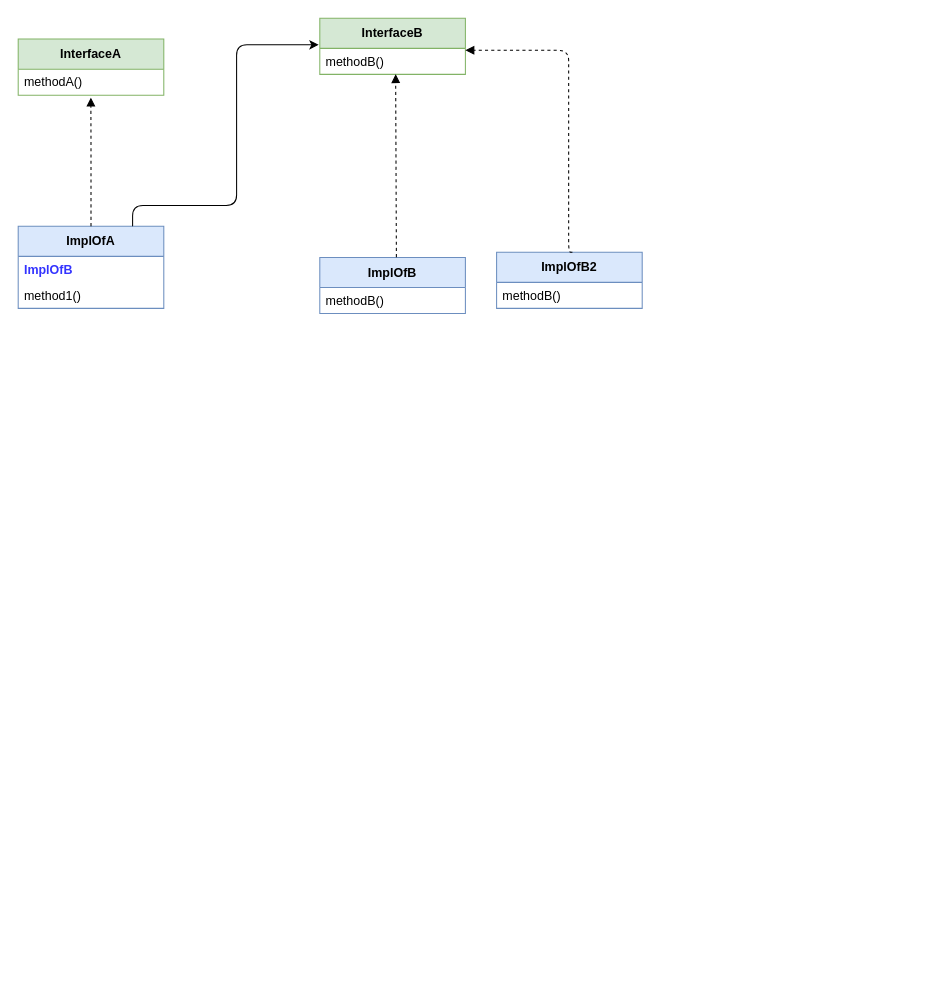
This is loose_coupling/diag.drawio from AbderrahimeEl/design-patterns, a draw.io file, before an edit. Source tidied: cells renumbered, new cells numbered last; positions are measured from the earlier drawing's top-left corner, leaving out a move shared by most shapes. Both pictures are drawn from the tidied source at 104%, with x=0, y=0 at pixel (18, 18).
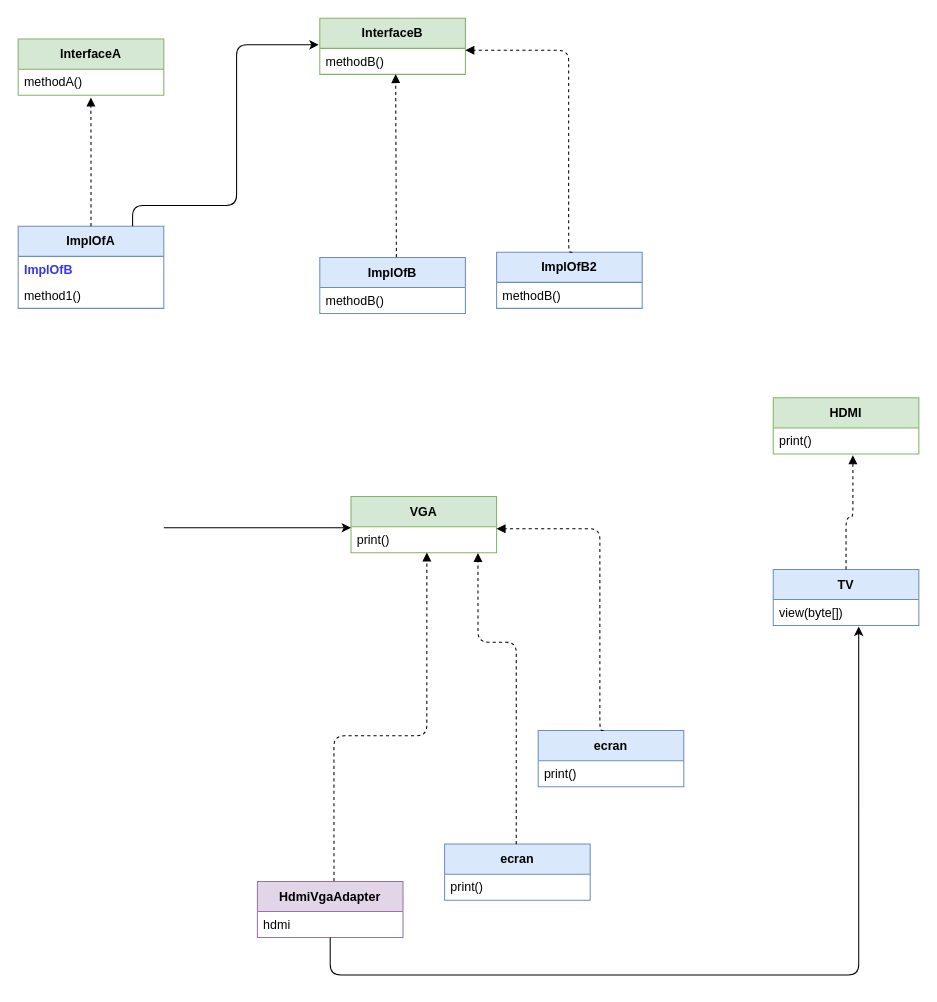
The same diagram, later.

Change to the diagram source:
```diff
@@
+    <mxCell id="17" value="&lt;span style=&quot;color: rgb(0, 0, 0);&quot;&gt;HdmiVgaAdapter&lt;/span&gt;" style="swimlane;fontStyle=1;align=center;verticalAlign=middle;horizontal=1;startSize=29;html=1;whiteSpace=wrap;fillColor=#e1d5e7;strokeColor=#9673a6;" parent="1" vertex="1">
+      <mxGeometry x="230" y="830" width="140" height="54" as="geometry" />
+    </mxCell>
+    <mxCell id="18" value="hdmi" style="text;html=1;strokeColor=none;fillColor=none;align=left;verticalAlign=middle;spacingLeft=4;spacingRight=4;overflow=hidden;whiteSpace=wrap;" parent="17" vertex="1">
+      <mxGeometry y="29" width="140" height="25" as="geometry" />
+    </mxCell>
+    <mxCell id="19" value="VGA" style="swimlane;fontStyle=1;align=center;verticalAlign=middle;horizontal=1;startSize=29;html=1;whiteSpace=wrap;fillColor=#d5e8d4;strokeColor=#82b366;" parent="1" vertex="1">
+      <mxGeometry x="320" y="460" width="140" height="54" as="geometry" />
+    </mxCell>
+    <mxCell id="20" value="print()" style="text;html=1;strokeColor=none;fillColor=none;align=left;verticalAlign=middle;spacingLeft=4;spacingRight=4;overflow=hidden;points=[[0,0.5],[1,0.5]];portConstraint=eastwest;whiteSpace=wrap;" parent="19" vertex="1">
+      <mxGeometry y="29" width="140" height="25" as="geometry" />
+    </mxCell>
+    <mxCell id="21" style="edgeStyle=orthogonalEdgeStyle;html=1;entryX=0.521;entryY=0.993;entryDx=0;entryDy=0;entryPerimeter=0;dashed=1;endArrow=block;endFill=1;exitX=0.526;exitY=-0.003;exitDx=0;exitDy=0;exitPerimeter=0;" parent="1" edge="1" source="17" target="20">
+      <mxGeometry relative="1" as="geometry">
+        <Array as="points">
+          <mxPoint x="393" y="690" />
+        </Array>
+      </mxGeometry>
+    </mxCell>
+    <mxCell id="22" style="edgeStyle=orthogonalEdgeStyle;html=1;entryX=-0.008;entryY=-0.136;entryDx=0;entryDy=0;entryPerimeter=0;" parent="1" edge="1">
+      <mxGeometry relative="1" as="geometry">
+        <mxPoint x="140" y="490" as="sourcePoint" />
+        <mxPoint x="320" y="490" as="targetPoint" />
+        <Array as="points">
+          <mxPoint x="141" y="490" />
+        </Array>
+      </mxGeometry>
+    </mxCell>
+    <mxCell id="23" value="&lt;span style=&quot;color: rgb(0, 0, 0);&quot;&gt;ecran&lt;/span&gt;" style="swimlane;fontStyle=1;align=center;verticalAlign=middle;horizontal=1;startSize=29;html=1;whiteSpace=wrap;fillColor=#dae8fc;strokeColor=#6c8ebf;" parent="1" vertex="1">
+      <mxGeometry x="500" y="685" width="140" height="54" as="geometry" />
+    </mxCell>
+    <mxCell id="24" value="print()" style="text;html=1;strokeColor=none;fillColor=none;align=left;verticalAlign=middle;spacingLeft=4;spacingRight=4;overflow=hidden;whiteSpace=wrap;" parent="23" vertex="1">
+      <mxGeometry y="29" width="140" height="25" as="geometry" />
+    </mxCell>
+    <mxCell id="25" style="edgeStyle=orthogonalEdgeStyle;html=1;entryX=1.005;entryY=0.069;entryDx=0;entryDy=0;entryPerimeter=0;dashed=1;endArrow=block;endFill=1;exitX=0.526;exitY=-0.003;exitDx=0;exitDy=0;exitPerimeter=0;" parent="1" edge="1">
+      <mxGeometry relative="1" as="geometry">
+        <mxPoint x="562.9" y="685" as="sourcePoint" />
+        <mxPoint x="460" y="490.9" as="targetPoint" />
+        <Array as="points">
+          <mxPoint x="559.3" y="685.2" />
+          <mxPoint x="559.3" y="491.2" />
+        </Array>
+      </mxGeometry>
+    </mxCell>
+    <mxCell id="26" value="&lt;span style=&quot;color: rgb(0, 0, 0);&quot;&gt;ecran&lt;/span&gt;" style="swimlane;fontStyle=1;align=center;verticalAlign=middle;horizontal=1;startSize=29;html=1;whiteSpace=wrap;fillColor=#dae8fc;strokeColor=#6c8ebf;" parent="1" vertex="1">
+      <mxGeometry x="410" y="794.1" width="140" height="54" as="geometry" />
+    </mxCell>
+    <mxCell id="27" value="print()" style="text;html=1;strokeColor=none;fillColor=none;align=left;verticalAlign=middle;spacingLeft=4;spacingRight=4;overflow=hidden;whiteSpace=wrap;" parent="26" vertex="1">
+      <mxGeometry y="29" width="140" height="25" as="geometry" />
+    </mxCell>
+    <mxCell id="28" style="edgeStyle=orthogonalEdgeStyle;html=1;entryX=0.872;entryY=1.013;entryDx=0;entryDy=0;entryPerimeter=0;dashed=1;endArrow=block;endFill=1;exitX=0.492;exitY=0.002;exitDx=0;exitDy=0;exitPerimeter=0;" parent="1" edge="1" source="26" target="20">
+      <mxGeometry relative="1" as="geometry">
+        <Array as="points">
+          <mxPoint x="479" y="600" />
+          <mxPoint x="442" y="600" />
+        </Array>
+      </mxGeometry>
+    </mxCell>
+    <mxCell id="29" value="HDMI" style="swimlane;fontStyle=1;align=center;verticalAlign=middle;horizontal=1;startSize=29;html=1;whiteSpace=wrap;fillColor=#d5e8d4;strokeColor=#82b366;" parent="1" vertex="1">
+      <mxGeometry x="726" y="365" width="140" height="54" as="geometry" />
+    </mxCell>
+    <mxCell id="30" value="print()" style="text;html=1;strokeColor=none;fillColor=none;align=left;verticalAlign=middle;spacingLeft=4;spacingRight=4;overflow=hidden;points=[[0,0.5],[1,0.5]];portConstraint=eastwest;whiteSpace=wrap;" parent="29" vertex="1">
+      <mxGeometry y="29" width="140" height="25" as="geometry" />
+    </mxCell>
+    <mxCell id="31" value="&lt;span style=&quot;color: rgb(0, 0, 0);&quot;&gt;TV&lt;/span&gt;" style="swimlane;fontStyle=1;align=center;verticalAlign=middle;horizontal=1;startSize=29;html=1;whiteSpace=wrap;fillColor=#dae8fc;strokeColor=#6c8ebf;" parent="1" vertex="1">
+      <mxGeometry x="726" y="530" width="140" height="54" as="geometry" />
+    </mxCell>
+    <mxCell id="32" value="view(byte[])" style="text;html=1;strokeColor=none;fillColor=none;align=left;verticalAlign=middle;spacingLeft=4;spacingRight=4;overflow=hidden;points=[[0,0.5],[1,0.5]];portConstraint=eastwest;whiteSpace=wrap;" parent="31" vertex="1">
+      <mxGeometry y="29" width="140" height="25" as="geometry" />
+    </mxCell>
+    <mxCell id="33" style="edgeStyle=orthogonalEdgeStyle;html=1;dashed=1;endArrow=block;endFill=1;entryX=0.547;entryY=1.051;entryDx=0;entryDy=0;entryPerimeter=0;exitX=0.5;exitY=0;exitDx=0;exitDy=0;" parent="1" edge="1" source="31" target="30">
+      <mxGeometry relative="1" as="geometry">
+        <Array as="points">
+          <mxPoint x="796" y="480" />
+          <mxPoint x="803" y="480" />
+        </Array>
+      </mxGeometry>
+    </mxCell>
+    <mxCell id="34" style="edgeStyle=orthogonalEdgeStyle;html=1;entryX=0.587;entryY=1.04;entryDx=0;entryDy=0;entryPerimeter=0;" parent="1" edge="1" source="17" target="32">
+      <mxGeometry relative="1" as="geometry">
+        <Array as="points">
+          <mxPoint x="300" y="920" />
+          <mxPoint x="808" y="920" />
+        </Array>
+      </mxGeometry>
+    </mxCell>
```
